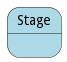
The PlantUML diagram docs/edgemere/aml/ds/pm/models/stage/statenet.png in madajaju/edgemere, before a commit. Its diagram source:
```plantuml
@startuml



state Stage #lightblue {




}


@enduml
```
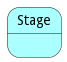
The same diagram one commit later.

Change to the diagram source:
```diff
@@ -2,7 +2,7 @@
 
 
 
-state Stage #lightblue {
+state Stage #aaffff {
 
 
 
```
